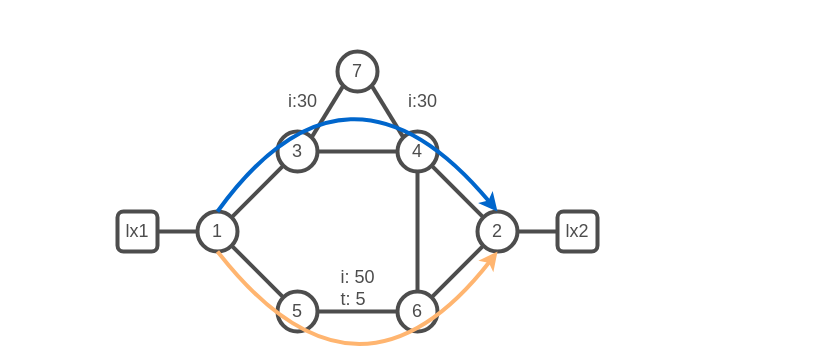
IntuitiveSoft-net/sr-lab keeps this draw.io diagram as page "8" (8 of 11) of images/lab-topologies.drawio. Above is the earlier version. Source tidied: cells renumbered, new cells numbered last; positions are measured from the earlier drawing's top-left corner, leaving out a move shared by most shapes. Both pictures are drawn from the tidied source at 100%, with x=0, y=0 at pixel (117, 31).
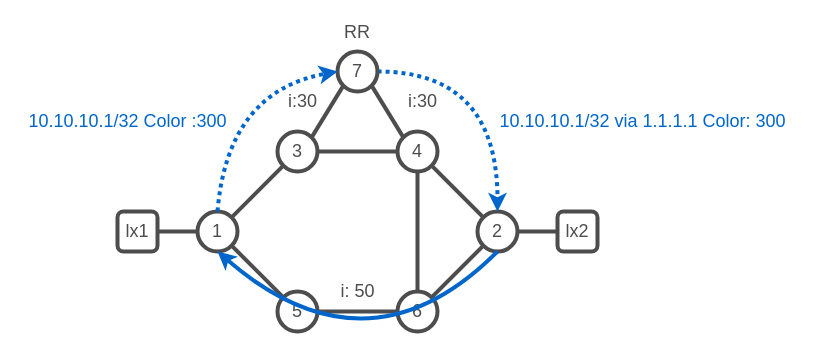
After the change.

The change refers to these unchanged cells:
```xml
<mxCell id="3" value="&lt;font color=&quot;#4d4d4d&quot; style=&quot;font-size: 18px;&quot;&gt;1&lt;/font&gt;" style="ellipse;whiteSpace=wrap;html=1;strokeWidth=4;shadow=0;gradientColor=default;fillColor=none;strokeColor=#4D4D4D;" parent="1" vertex="1">
  <mxGeometry x="80" y="180" width="40" height="40" as="geometry" />
</mxCell>
<mxCell id="10" value="&lt;font color=&quot;#4d4d4d&quot; style=&quot;font-size: 18px;&quot;&gt;2&lt;/font&gt;" style="ellipse;whiteSpace=wrap;html=1;strokeWidth=4;shadow=0;gradientColor=default;fillColor=none;strokeColor=#4D4D4D;" parent="1" vertex="1">
  <mxGeometry x="360" y="180" width="40" height="40" as="geometry" />
</mxCell>
<mxCell id="13" value="&lt;font color=&quot;#4d4d4d&quot; style=&quot;font-size: 18px;&quot;&gt;7&lt;/font&gt;" style="ellipse;whiteSpace=wrap;html=1;strokeWidth=4;shadow=0;gradientColor=default;fillColor=none;strokeColor=#4D4D4D;" parent="1" vertex="1">
  <mxGeometry x="220" y="20" width="40" height="40" as="geometry" />
</mxCell>
```

Diff of the diagram source:
```diff
@@
+    <mxCell id="27" style="edgeStyle=orthogonalEdgeStyle;jettySize=auto;html=1;exitX=1;exitY=0.5;exitDx=0;exitDy=0;entryX=0.5;entryY=0;entryDx=0;entryDy=0;strokeColor=#0066CC;strokeWidth=4;fontSize=18;fontColor=#0066CC;startArrow=none;startFill=0;endArrow=classic;endFill=1;curved=1;dashed=1;dashPattern=1 1;" parent="1" edge="1" source="13" target="10">
+      <mxGeometry relative="1" as="geometry" />
+    </mxCell>
@@
-    <mxCell id="24" value="&lt;div style=&quot;text-align: left;&quot;&gt;&lt;span style=&quot;color: rgb(77, 77, 77); background-color: initial;&quot;&gt;i: 50&lt;/span&gt;&lt;/div&gt;&lt;font color=&quot;#4d4d4d&quot;&gt;&lt;div style=&quot;text-align: left;&quot;&gt;&lt;span style=&quot;background-color: initial;&quot;&gt;t: 5&lt;/span&gt;&lt;/div&gt;&lt;/font&gt;" style="text;html=1;align=center;verticalAlign=middle;strokeColor=none;fillColor=none;fontSize=18;fontColor=#0066CC;" parent="1" vertex="1">
-      <mxGeometry x="210" y="227" width="60" height="60" as="geometry" />
+    <mxCell id="24" value="&lt;div style=&quot;text-align: left;&quot;&gt;&lt;span style=&quot;color: rgb(77, 77, 77); background-color: initial;&quot;&gt;i: 50&lt;/span&gt;&lt;/div&gt;" style="text;html=1;align=center;verticalAlign=middle;strokeColor=none;fillColor=none;fontSize=18;fontColor=#0066CC;" parent="1" vertex="1">
+      <mxGeometry x="210" y="240" width="60" height="40" as="geometry" />
     </mxCell>
-    <mxCell id="25" style="endArrow=classic;html=1;rounded=0;strokeColor=#0066CC;strokeWidth=4;fontSize=18;fontColor=#4D4D4D;curved=1;exitX=0.5;exitY=0;exitDx=0;exitDy=0;entryX=0.5;entryY=0;entryDx=0;entryDy=0;" parent="1" edge="1" source="3" target="10">
+    <mxCell id="25" style="endArrow=classic;html=1;rounded=0;strokeColor=#0066CC;strokeWidth=4;fontSize=18;fontColor=#4D4D4D;curved=1;exitX=0.5;exitY=0;exitDx=0;exitDy=0;entryX=0;entryY=0.5;entryDx=0;entryDy=0;startArrow=none;startFill=0;dashed=1;dashPattern=1 1;" parent="1" edge="1" source="3" target="13">
       <mxGeometry relative="1" as="geometry">
         <Array as="points">
-          <mxPoint x="230" />
+          <mxPoint x="110" y="60" />
         </Array>
       </mxGeometry>
     </mxCell>
-    <mxCell id="26" style="endArrow=classic;html=1;rounded=0;strokeColor=#FFB570;strokeWidth=4;fontSize=18;fontColor=#4D4D4D;curved=1;exitX=0.5;exitY=1;exitDx=0;exitDy=0;entryX=0.5;entryY=1;entryDx=0;entryDy=0;" parent="1" edge="1" source="3" target="10">
-      <mxGeometry relative="1" as="geometry">
-        <Array as="points">
-          <mxPoint x="240" y="400" />
-        </Array>
-      </mxGeometry>
-    </mxCell>
+    <mxCell id="28" value="&lt;font color=&quot;#4d4d4d&quot;&gt;RR&lt;/font&gt;" style="text;html=1;strokeColor=none;fillColor=none;align=center;verticalAlign=middle;whiteSpace=wrap;rounded=0;fontSize=18;fontColor=#0066CC;opacity=50;" parent="1" vertex="1">
+      <mxGeometry x="210" y="-14" width="60" height="30" as="geometry" />
+    </mxCell>
+    <mxCell id="29" value="&lt;font color=&quot;#0066cc&quot;&gt;&lt;span style=&quot;font-size: 18px;&quot;&gt;10.10.10.1/32 Color :300&lt;/span&gt;&lt;/font&gt;" style="text;html=1;align=center;verticalAlign=middle;strokeColor=none;fillColor=none;" parent="1" vertex="1">
+      <mxGeometry x="-100" y="70" width="220" height="40" as="geometry" />
+    </mxCell>
+    <mxCell id="30" style="endArrow=classic;html=1;rounded=0;strokeColor=#0066CC;strokeWidth=4;fontSize=18;fontColor=#4D4D4D;curved=1;exitX=0.5;exitY=1;exitDx=0;exitDy=0;entryX=0.5;entryY=1;entryDx=0;entryDy=0;startArrow=none;startFill=0;" parent="1" edge="1" source="10" target="3">
+      <mxGeometry relative="1" as="geometry">
+        <Array as="points">
+          <mxPoint x="250" y="350" />
+        </Array>
+      </mxGeometry>
+    </mxCell>
+    <mxCell id="31" value="&lt;font color=&quot;#0066cc&quot;&gt;&lt;span style=&quot;font-size: 18px;&quot;&gt;10.10.10.1/32 via 1.1.1.1 Color: 300&lt;/span&gt;&lt;/font&gt;" style="text;html=1;align=center;verticalAlign=middle;strokeColor=none;fillColor=none;" parent="1" vertex="1">
+      <mxGeometry x="370" y="70" width="310" height="40" as="geometry" />
+    </mxCell>
```
